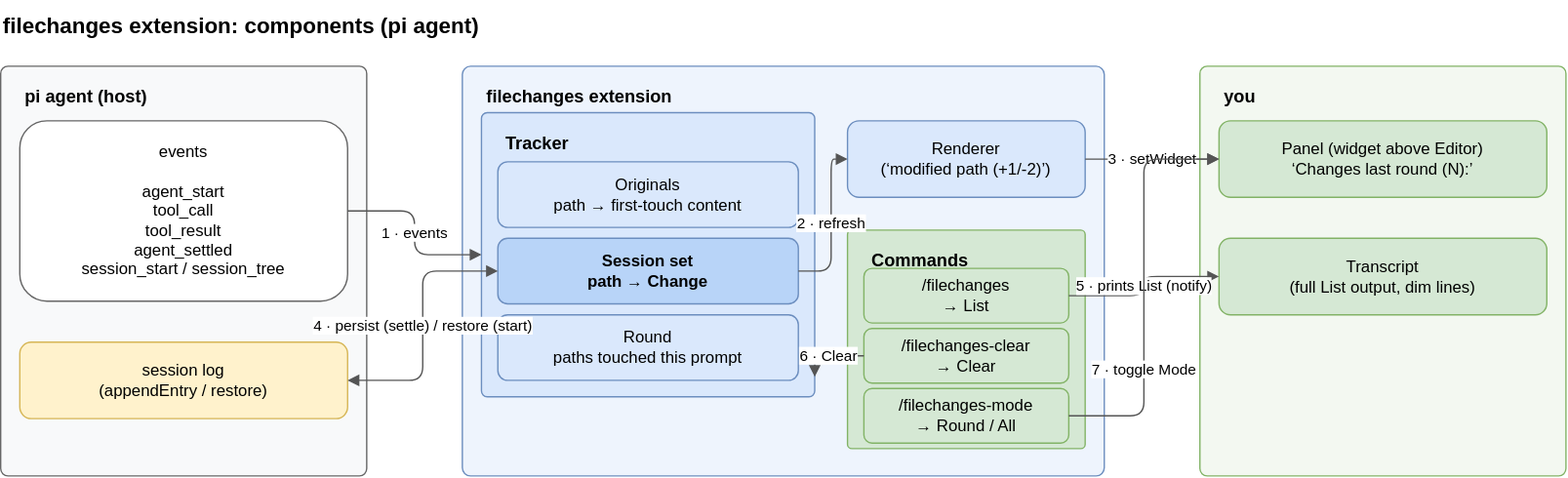
Above: docs/diagrams/filechanges-components.drawio.svg in luiul/dotfiles (draw.io), before the change. Source tidied: cells renumbered, new cells last; positions are measured from the earlier drawing's top-left corner, leaving out a move shared by most shapes.
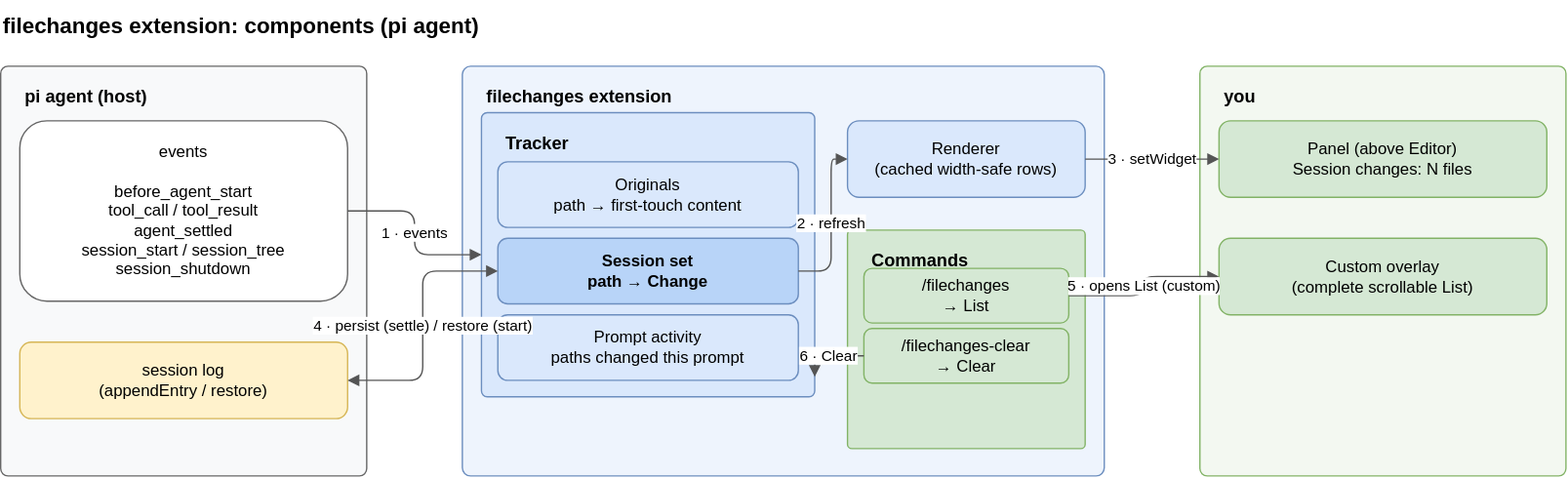
Above is the later version.

What changed in the source:
```diff
@@ -8,7 +8,7 @@
     <mxCell id="3" value="pi agent (host)" style="rounded=1;arcSize=2;whiteSpace=wrap;html=1;fillColor=#f8f9fa;strokeColor=#666666;verticalAlign=top;align=left;spacingLeft=16;spacingTop=8;fontSize=13;fontStyle=1;" parent="1" vertex="1">
       <mxGeometry y="48" width="268" height="300" as="geometry" />
     </mxCell>
-    <mxCell id="4" value="events&lt;br&gt;&lt;br&gt;agent_start&lt;br&gt;tool_call&lt;br&gt;tool_result&lt;br&gt;agent_settled&lt;br&gt;session_start / session_tree" style="rounded=1;whiteSpace=wrap;html=1;fillColor=#ffffff;strokeColor=#666666;verticalAlign=middle;align=center;fontSize=12;" parent="3" vertex="1">
+    <mxCell id="4" value="events&lt;br&gt;&lt;br&gt;before_agent_start&lt;br&gt;tool_call / tool_result&lt;br&gt;agent_settled&lt;br&gt;session_start / session_tree&lt;br&gt;session_shutdown" style="rounded=1;whiteSpace=wrap;html=1;fillColor=#ffffff;strokeColor=#666666;verticalAlign=middle;align=center;fontSize=12;" parent="3" vertex="1">
       <mxGeometry x="14" y="40" width="240" height="132" as="geometry" />
     </mxCell>
     <mxCell id="5" value="session log&lt;br&gt;(appendEntry / restore)" style="rounded=1;whiteSpace=wrap;html=1;fillColor=#fff2cc;strokeColor=#d6b656;verticalAlign=middle;align=center;fontSize=12;" parent="3" vertex="1">
@@ -26,10 +26,10 @@
     <mxCell id="9" value="Session set&lt;br&gt;path → Change" style="rounded=1;whiteSpace=wrap;html=1;fillColor=#b8d4f8;strokeColor=#6c8ebf;verticalAlign=middle;align=center;fontSize=12;fontStyle=1;" parent="7" vertex="1">
       <mxGeometry x="12" y="92" width="220" height="48" as="geometry" />
     </mxCell>
-    <mxCell id="10" value="Round&lt;br&gt;paths touched this prompt" style="rounded=1;whiteSpace=wrap;html=1;fillColor=#dae8fc;strokeColor=#6c8ebf;verticalAlign=middle;align=center;fontSize=12;" parent="7" vertex="1">
+    <mxCell id="10" value="Prompt activity&lt;br&gt;paths changed this prompt" style="rounded=1;whiteSpace=wrap;html=1;fillColor=#dae8fc;strokeColor=#6c8ebf;verticalAlign=middle;align=center;fontSize=12;" parent="7" vertex="1">
       <mxGeometry x="12" y="148" width="220" height="48" as="geometry" />
     </mxCell>
-    <mxCell id="11" value="Renderer&lt;br&gt;(‘modified path (+1/-2)’)" style="rounded=1;whiteSpace=wrap;html=1;fillColor=#dae8fc;strokeColor=#6c8ebf;verticalAlign=middle;align=center;fontSize=12;" parent="6" vertex="1">
+    <mxCell id="11" value="Renderer&lt;br&gt;(cached width-safe rows)" style="rounded=1;whiteSpace=wrap;html=1;fillColor=#dae8fc;strokeColor=#6c8ebf;verticalAlign=middle;align=center;fontSize=12;" parent="6" vertex="1">
       <mxGeometry x="282" y="40" width="174" height="56" as="geometry" />
     </mxCell>
     <mxCell id="12" value="Commands" style="rounded=1;arcSize=2;whiteSpace=wrap;html=1;fillColor=#d5e8d4;strokeColor=#82b366;verticalAlign=top;align=left;spacingLeft=16;spacingTop=8;fontSize=13;fontStyle=1;" parent="6" vertex="1">
@@ -41,16 +41,13 @@
     <mxCell id="14" value="/filechanges-clear&lt;br&gt;→ Clear" style="rounded=1;whiteSpace=wrap;html=1;fillColor=#d5e8d4;strokeColor=#82b366;verticalAlign=middle;align=center;fontSize=12;" parent="12" vertex="1">
       <mxGeometry x="12" y="72" width="150" height="40" as="geometry" />
     </mxCell>
-    <mxCell id="15" value="/filechanges-mode&lt;br&gt;→ Round / All" style="rounded=1;whiteSpace=wrap;html=1;fillColor=#d5e8d4;strokeColor=#82b366;verticalAlign=middle;align=center;fontSize=12;" parent="12" vertex="1">
-      <mxGeometry x="12" y="116" width="150" height="40" as="geometry" />
-    </mxCell>
     <mxCell id="16" value="you" style="rounded=1;arcSize=2;whiteSpace=wrap;html=1;fillColor=#f3f8f1;strokeColor=#82b366;verticalAlign=top;align=left;spacingLeft=16;spacingTop=8;fontSize=13;fontStyle=1;" parent="1" vertex="1">
       <mxGeometry x="878" y="48" width="268" height="300" as="geometry" />
     </mxCell>
-    <mxCell id="17" value="Panel (widget above Editor)&lt;br&gt;‘Changes last round (N):’" style="rounded=1;whiteSpace=wrap;html=1;fillColor=#d5e8d4;strokeColor=#82b366;verticalAlign=middle;align=center;fontSize=12;" parent="16" vertex="1">
+    <mxCell id="17" value="Panel (above Editor)&lt;br&gt;Session changes: N files" style="rounded=1;whiteSpace=wrap;html=1;fillColor=#d5e8d4;strokeColor=#82b366;verticalAlign=middle;align=center;fontSize=12;" parent="16" vertex="1">
       <mxGeometry x="14" y="40" width="240" height="56" as="geometry" />
     </mxCell>
-    <mxCell id="18" value="Transcript&lt;br&gt;(full List output, dim lines)" style="rounded=1;whiteSpace=wrap;html=1;fillColor=#d5e8d4;strokeColor=#82b366;verticalAlign=middle;align=center;fontSize=12;" parent="16" vertex="1">
+    <mxCell id="18" value="Custom overlay&lt;br&gt;(complete scrollable List)" style="rounded=1;whiteSpace=wrap;html=1;fillColor=#d5e8d4;strokeColor=#82b366;verticalAlign=middle;align=center;fontSize=12;" parent="16" vertex="1">
       <mxGeometry x="14" y="126" width="240" height="56" as="geometry" />
     </mxCell>
     <mxCell id="19" value="1 · events" style="edgeStyle=orthogonalEdgeStyle;rounded=1;html=1;jettySize=auto;endArrow=block;endFill=1;strokeColor=#555555;fontSize=11;labelBackgroundColor=#ffffff;align=center;verticalAlign=middle;exitX=1;exitY=0.5;exitDx=0;exitDy=0;entryX=0;entryY=0.5;entryDx=0;entryDy=0;" parent="1" edge="1" source="4" target="7">
@@ -70,14 +67,11 @@
     <mxCell id="22" value="4 · persist (settle) / restore (start)" style="edgeStyle=orthogonalEdgeStyle;rounded=1;html=1;jettySize=auto;endArrow=block;endFill=1;strokeColor=#555555;fontSize=11;labelBackgroundColor=#ffffff;align=center;verticalAlign=middle;startArrow=block;startFill=1;exitX=0;exitY=0.5;exitDx=0;exitDy=0;entryX=1;entryY=0.5;entryDx=0;entryDy=0;" parent="1" edge="1" source="9" target="5">
       <mxGeometry relative="1" as="geometry" />
     </mxCell>
-    <mxCell id="23" value="5 · prints List (notify)" style="edgeStyle=orthogonalEdgeStyle;rounded=1;html=1;jettySize=auto;endArrow=block;endFill=1;strokeColor=#555555;fontSize=11;labelBackgroundColor=#ffffff;align=center;verticalAlign=middle;exitX=1;exitY=0.5;exitDx=0;exitDy=0;entryX=0;entryY=0.5;entryDx=0;entryDy=0;" parent="1" edge="1" source="13" target="18">
+    <mxCell id="23" value="5 · opens List (custom)" style="edgeStyle=orthogonalEdgeStyle;rounded=1;html=1;jettySize=auto;endArrow=block;endFill=1;strokeColor=#555555;fontSize=11;labelBackgroundColor=#ffffff;align=center;verticalAlign=middle;exitX=1;exitY=0.5;exitDx=0;exitDy=0;entryX=0;entryY=0.5;entryDx=0;entryDy=0;" parent="1" edge="1" source="13" target="18">
       <mxGeometry relative="1" as="geometry" />
     </mxCell>
     <mxCell id="24" value="6 · Clear" style="edgeStyle=orthogonalEdgeStyle;rounded=1;html=1;jettySize=auto;endArrow=block;endFill=1;strokeColor=#555555;fontSize=11;labelBackgroundColor=#ffffff;align=center;verticalAlign=middle;exitX=0;exitY=0.5;exitDx=0;exitDy=0;entryX=1;entryY=0.93;entryDx=0;entryDy=0;" parent="1" edge="1" source="14" target="7">
       <mxGeometry relative="1" as="geometry" />
     </mxCell>
-    <mxCell id="25" value="7 · toggle Mode" style="edgeStyle=orthogonalEdgeStyle;rounded=1;html=1;jettySize=auto;endArrow=block;endFill=1;strokeColor=#555555;fontSize=11;labelBackgroundColor=#ffffff;align=center;verticalAlign=middle;exitX=1;exitY=0.5;exitDx=0;exitDy=0;entryX=0;entryY=0.5;entryDx=0;entryDy=0;" parent="1" edge="1" source="15" target="17">
-      <mxGeometry x="-0.4" relative="1" as="geometry" />
-    </mxCell>
   </root>
 </mxGraphModel>
```
